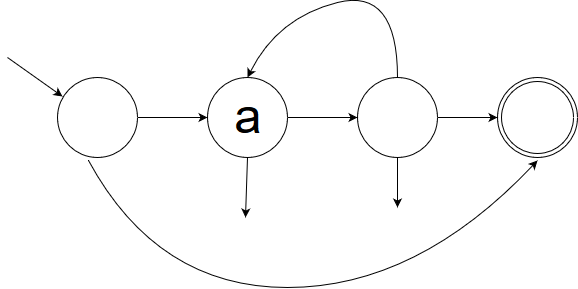
This is imgs/thomson_k.png from JoseIgnacioRetamalThomsen/Thompson-s-construction-, a draw.io export, as it was before one commit. Source tidied: cells renumbered, new cells last; positions are measured from the earlier drawing's top-left corner, leaving out a move shared by most shapes. Its diagram source:
```xml
<mxGraphModel>
  <root>
    <mxCell id="0" />
    <mxCell id="1" parent="0" />
    <mxCell id="2" value="&lt;font style=&quot;font-size: 49px&quot;&gt;a&lt;/font&gt;" style="ellipse;whiteSpace=wrap;html=1;" parent="1" vertex="1">
      <mxGeometry x="200" y="90" width="80" height="80" as="geometry" />
    </mxCell>
    <mxCell id="3" style="endArrow=classic;html=1;entryX=0;entryY=0.5;entryDx=0;entryDy=0;exitX=1;exitY=0.5;exitDx=0;exitDy=0;" parent="1" edge="1" source="5" target="2">
      <mxGeometry relative="1" as="geometry" />
    </mxCell>
    <mxCell id="4" style="endArrow=classic;html=1;exitX=0.5;exitY=1;exitDx=0;exitDy=0;" parent="1" edge="1" source="2">
      <mxGeometry relative="1" as="geometry">
        <mxPoint x="238" y="230" as="targetPoint" />
      </mxGeometry>
    </mxCell>
    <mxCell id="5" style="ellipse;whiteSpace=wrap;html=1;" parent="1" vertex="1">
      <mxGeometry x="50" y="90" width="80" height="80" as="geometry" />
    </mxCell>
    <mxCell id="6" style="endArrow=classic;html=1;entryX=0.063;entryY=0.238;entryDx=0;entryDy=0;entryPerimeter=0;" parent="1" edge="1" target="5">
      <mxGeometry relative="1" as="geometry">
        <mxPoint y="70" as="sourcePoint" />
      </mxGeometry>
    </mxCell>
    <mxCell id="7" style="ellipse;whiteSpace=wrap;html=1;" parent="1" vertex="1">
      <mxGeometry x="350" y="90" width="80" height="80" as="geometry" />
    </mxCell>
    <mxCell id="8" style="ellipse;shape=doubleEllipse;whiteSpace=wrap;html=1;" parent="1" vertex="1">
      <mxGeometry x="490" y="90" width="80" height="80" as="geometry" />
    </mxCell>
    <mxCell id="9" style="curved=1;endArrow=classic;html=1;exitX=0.388;exitY=1.038;exitDx=0;exitDy=0;exitPerimeter=0;" parent="1" edge="1" source="5">
      <mxGeometry relative="1" as="geometry">
        <mxPoint x="530" y="173" as="targetPoint" />
        <Array as="points">
          <mxPoint x="150" y="300" />
          <mxPoint x="410" y="300" />
        </Array>
      </mxGeometry>
    </mxCell>
    <mxCell id="10" style="endArrow=classic;html=1;entryX=0;entryY=0.5;entryDx=0;entryDy=0;" parent="1" edge="1" target="7">
      <mxGeometry relative="1" as="geometry">
        <mxPoint x="280" y="130" as="sourcePoint" />
      </mxGeometry>
    </mxCell>
    <mxCell id="11" style="curved=1;endArrow=classic;html=1;exitX=0.5;exitY=0;exitDx=0;exitDy=0;entryX=0.5;entryY=0;entryDx=0;entryDy=0;" parent="1" edge="1" source="7" target="2">
      <mxGeometry relative="1" as="geometry">
        <Array as="points">
          <mxPoint x="390" />
          <mxPoint x="270" y="30" />
        </Array>
      </mxGeometry>
    </mxCell>
    <mxCell id="12" style="endArrow=classic;html=1;entryX=0;entryY=0.5;entryDx=0;entryDy=0;" parent="1" edge="1" target="8">
      <mxGeometry relative="1" as="geometry">
        <mxPoint x="430" y="130" as="sourcePoint" />
      </mxGeometry>
    </mxCell>
    <mxCell id="13" style="endArrow=classic;html=1;" parent="1" edge="1">
      <mxGeometry relative="1" as="geometry">
        <mxPoint x="390" y="170" as="sourcePoint" />
        <mxPoint x="390" y="220" as="targetPoint" />
      </mxGeometry>
    </mxCell>
  </root>
</mxGraphModel>
```
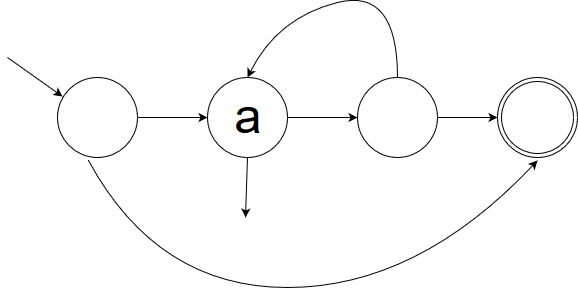
After the change.

What changed in the source:
```diff
@@ -54,11 +54,5 @@
         <mxPoint x="430" y="130" as="sourcePoint" />
       </mxGeometry>
     </mxCell>
-    <mxCell id="13" style="endArrow=classic;html=1;" parent="1" edge="1">
-      <mxGeometry relative="1" as="geometry">
-        <mxPoint x="390" y="170" as="sourcePoint" />
-        <mxPoint x="390" y="220" as="targetPoint" />
-      </mxGeometry>
-    </mxCell>
   </root>
 </mxGraphModel>
```
